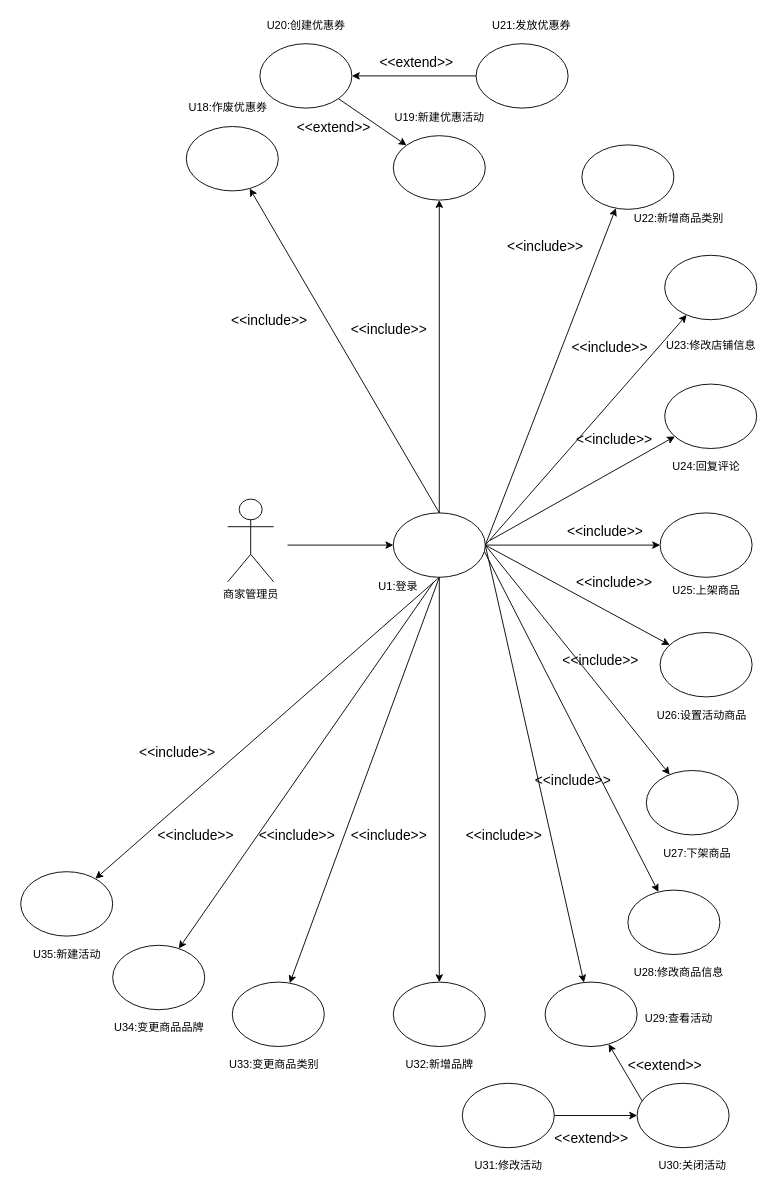
The draw.io diagram 软工导论小组作业/需求建模之用例模型（商品模块-商家管理员）.drawio in app1echip/grams, before the edit. Source tidied: cells renumbered, new cells numbered last; positions are measured from the earlier drawing's top-left corner, leaving out a move shared by most shapes. Both pictures are drawn from the tidied source at 92%, with x=0, y=0 at pixel (20, 16).
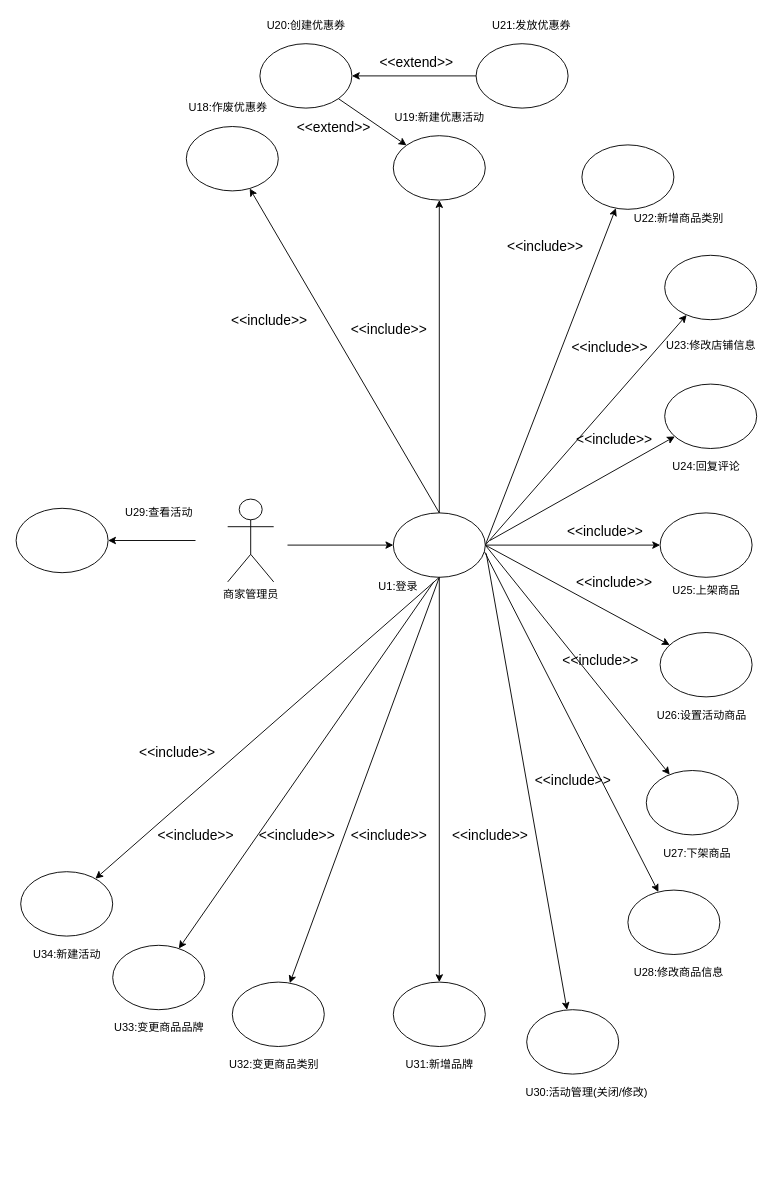
The same page after the edit.

Commit message:
Update 需求建模之用例模型（商品模块-商家管理员）.drawio

Unchanged cells that the change refers to:
```xml
<mxCell id="33" style="ellipse;whiteSpace=wrap;html=1;" parent="1" vertex="1">
  <mxGeometry x="405" y="540" width="100" height="70" as="geometry" />
</mxCell>
```

Diff of the diagram source:
```diff
@@
-    <mxCell id="13" style="edgeStyle=none;rounded=0;jettySize=auto;html=1;entryX=1;entryY=0.5;entryDx=0;entryDy=0;startArrow=classic;startFill=1;endArrow=none;endFill=0;" parent="1" edge="1" source="15" target="33">
-      <mxGeometry relative="1" as="geometry" />
+    <mxCell id="13" style="edgeStyle=none;rounded=0;jettySize=auto;html=1;startArrow=classic;startFill=1;endArrow=none;endFill=0;" parent="1" edge="1" source="15">
+      <mxGeometry relative="1" as="geometry">
+        <mxPoint x="190" y="570" as="targetPoint" />
+      </mxGeometry>
     </mxCell>
-    <mxCell id="14" style="edgeStyle=none;rounded=0;jettySize=auto;html=1;entryX=0.06;entryY=0.286;entryDx=0;entryDy=0;entryPerimeter=0;startArrow=classic;startFill=1;endArrow=none;endFill=0;" parent="1" edge="1" source="15" target="69">
-      <mxGeometry relative="1" as="geometry" />
-    </mxCell>
     <mxCell id="15" style="ellipse;whiteSpace=wrap;html=1;" parent="1" vertex="1">
-      <mxGeometry x="570" y="1050" width="100" height="70" as="geometry" />
+      <mxGeometry x="-5" y="535" width="100" height="70" as="geometry" />
     </mxCell>
@@
-    <mxCell id="43" value="&lt;span&gt;U32:&lt;/span&gt;&lt;span&gt;新增品牌&lt;/span&gt;" style="text;html=1;align=center;verticalAlign=middle;" parent="1" vertex="1">
+    <mxCell id="43" value="&lt;span&gt;U31:&lt;/span&gt;&lt;span&gt;新增品牌&lt;/span&gt;" style="text;html=1;align=center;verticalAlign=middle;" parent="1" vertex="1">
       <mxGeometry x="410" y="1130" width="90" height="20" as="geometry" />
     </mxCell>
@@
-    <mxCell id="45" value="&lt;span&gt;U33:&lt;/span&gt;&lt;span&gt;变更商品类别&lt;/span&gt;" style="text;html=1;align=center;verticalAlign=middle;" parent="1" vertex="1">
+    <mxCell id="45" value="&lt;span&gt;U32:&lt;/span&gt;&lt;span&gt;变更商品类别&lt;/span&gt;" style="text;html=1;align=center;verticalAlign=middle;" parent="1" vertex="1">
       <mxGeometry x="220" y="1130" width="110" height="20" as="geometry" />
     </mxCell>
-    <mxCell id="46" value="&lt;span&gt;U34:&lt;/span&gt;&lt;span&gt;变更商品品牌&lt;/span&gt;" style="text;html=1;align=center;verticalAlign=middle;" parent="1" vertex="1">
+    <mxCell id="46" value="&lt;span&gt;U33:&lt;/span&gt;&lt;span&gt;变更商品品牌&lt;/span&gt;" style="text;html=1;align=center;verticalAlign=middle;" parent="1" vertex="1">
       <mxGeometry x="95" y="1090" width="110" height="20" as="geometry" />
     </mxCell>
@@
     <mxCell id="50" value="&lt;span&gt;U29:查看&lt;/span&gt;&lt;span&gt;活动&lt;/span&gt;" style="text;html=1;align=center;verticalAlign=middle;" parent="1" vertex="1">
-      <mxGeometry x="670" y="1080" width="90" height="20" as="geometry" />
+      <mxGeometry x="105" y="530" width="90" height="20" as="geometry" />
     </mxCell>
@@
     <mxCell id="60" value="&lt;font style=&quot;font-size: 15px&quot;&gt;&amp;lt;&amp;lt;include&amp;gt;&amp;gt;&lt;/font&gt;" style="text;html=1;align=center;verticalAlign=middle;" parent="1" vertex="1">
-      <mxGeometry x="475" y="880" width="100" height="20" as="geometry" />
+      <mxGeometry x="460" y="880" width="100" height="20" as="geometry" />
     </mxCell>
@@
     <mxCell id="67" style="ellipse;whiteSpace=wrap;html=1;" parent="1" vertex="1">
-      <mxGeometry x="480" y="1160" width="100" height="70" as="geometry" />
+      <mxGeometry x="550" y="1080" width="100" height="70" as="geometry" />
     </mxCell>
-    <mxCell id="68" style="edgeStyle=none;rounded=0;jettySize=auto;html=1;entryX=1;entryY=0.5;entryDx=0;entryDy=0;startArrow=classic;startFill=1;endArrow=none;endFill=0;" parent="1" edge="1" source="69" target="67">
-      <mxGeometry relative="1" as="geometry" />
-    </mxCell>
-    <mxCell id="69" style="ellipse;whiteSpace=wrap;html=1;" parent="1" vertex="1">
-      <mxGeometry x="670" y="1160" width="100" height="70" as="geometry" />
-    </mxCell>
-    <mxCell id="70" value="&lt;span&gt;U30:&lt;/span&gt;&lt;span&gt;关闭活动&lt;/span&gt;" style="text;html=1;align=center;verticalAlign=middle;" parent="1" vertex="1">
-      <mxGeometry x="685" y="1240" width="90" height="20" as="geometry" />
+    <mxCell id="70" value="&lt;span&gt;U30:&lt;/span&gt;&lt;span&gt;活动管理(关闭/修改)&lt;/span&gt;" style="text;html=1;align=center;verticalAlign=middle;" parent="1" vertex="1">
+      <mxGeometry x="540" y="1160" width="150" height="20" as="geometry" />
     </mxCell>
-    <mxCell id="71" value="&lt;span&gt;U31:&lt;/span&gt;&lt;span&gt;修改活动&lt;/span&gt;" style="text;html=1;align=center;verticalAlign=middle;" parent="1" vertex="1">
-      <mxGeometry x="485" y="1240" width="90" height="20" as="geometry" />
-    </mxCell>
-    <mxCell id="72" value="&lt;font style=&quot;font-size: 15px&quot;&gt;&amp;lt;&amp;lt;extend&amp;gt;&amp;gt;&lt;/font&gt;" style="text;html=1;align=center;verticalAlign=middle;" parent="1" vertex="1">
-      <mxGeometry x="570" y="1209" width="100" height="20" as="geometry" />
-    </mxCell>
-    <mxCell id="73" value="&lt;font style=&quot;font-size: 15px&quot;&gt;&amp;lt;&amp;lt;extend&amp;gt;&amp;gt;&lt;/font&gt;" style="text;html=1;align=center;verticalAlign=middle;" parent="1" vertex="1">
-      <mxGeometry x="650" y="1130" width="100" height="20" as="geometry" />
-    </mxCell>
+    <mxCell id="78" style="edgeStyle=none;rounded=0;jettySize=auto;html=1;startArrow=none;startFill=0;endArrow=classic;endFill=1;exitX=1.01;exitY=0.629;exitDx=0;exitDy=0;exitPerimeter=0;" parent="1" edge="1" source="33" target="67">
+      <mxGeometry relative="1" as="geometry" />
+    </mxCell>
@@
-    <mxCell id="77" value="&lt;span&gt;U35:新建&lt;/span&gt;&lt;span&gt;活动&lt;/span&gt;" style="text;html=1;align=center;verticalAlign=middle;" parent="1" vertex="1">
+    <mxCell id="77" value="&lt;span&gt;U34:新建&lt;/span&gt;&lt;span&gt;活动&lt;/span&gt;" style="text;html=1;align=center;verticalAlign=middle;" parent="1" vertex="1">
       <mxGeometry x="5" y="1010" width="90" height="20" as="geometry" />
     </mxCell>
```
